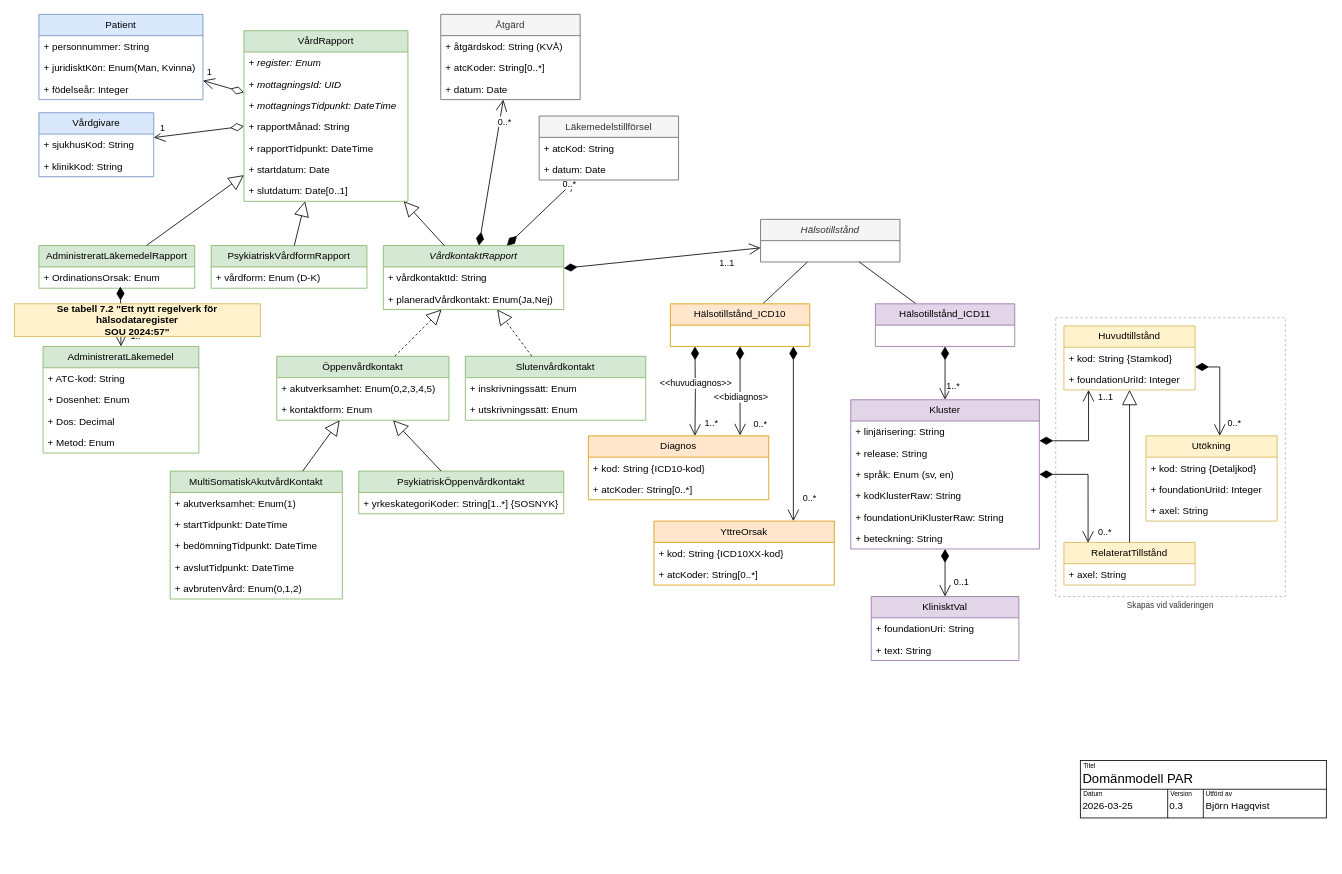
Before: page "Liggande 0.3" (3 of 5) of Klassmodell ICD11.drawio in bhagqvist-consid/ICD11, a draw.io diagram. Source tidied: cells renumbered, new cells numbered last; positions are measured from the earlier drawing's top-left corner, leaving out a move shared by most shapes. Both pictures are drawn from the tidied source at 82%, with x=0, y=0 at pixel (14, 14).
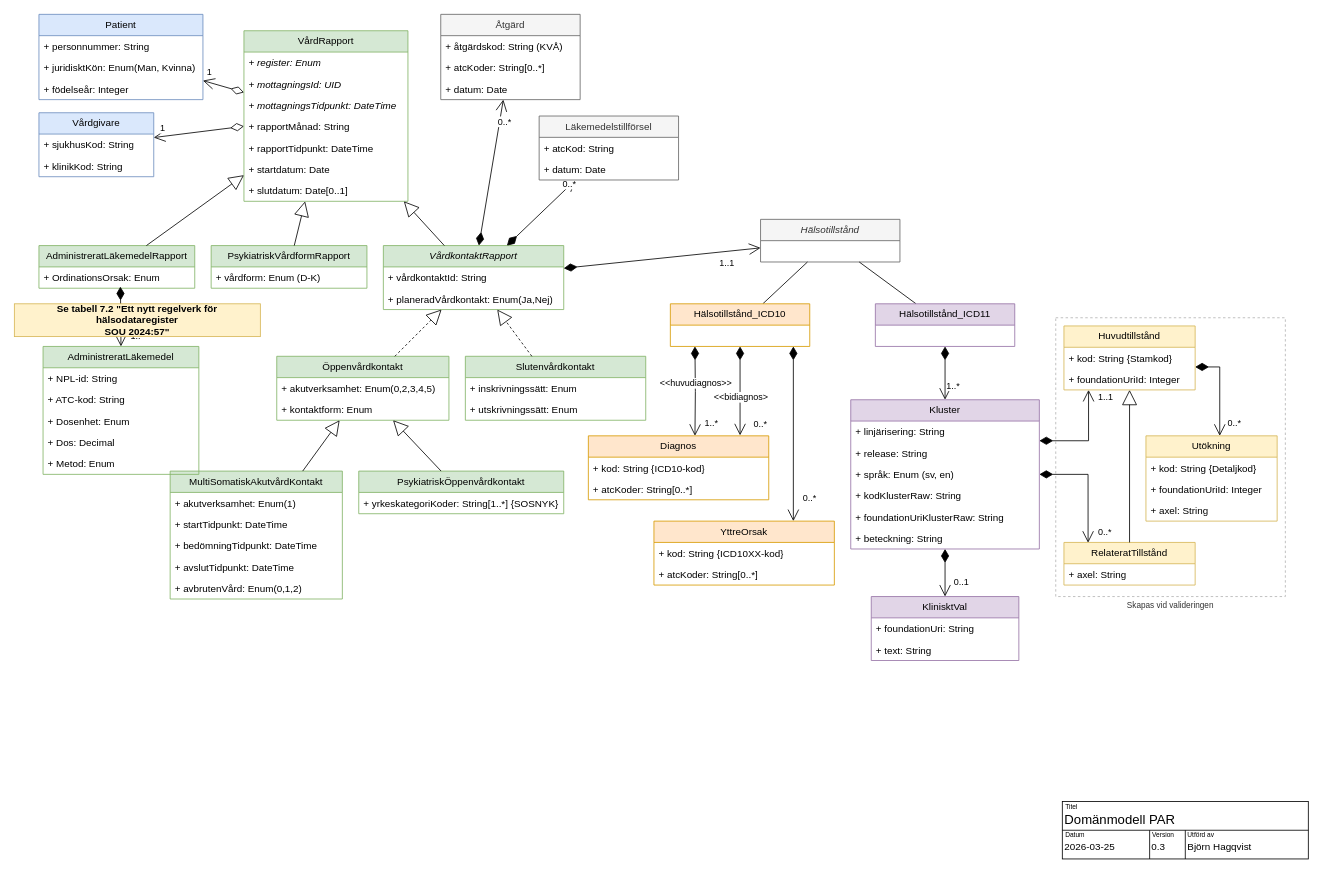
The same page after the edit.

What changed in the source:
```diff
@@
     <mxCell id="100" style="group;" parent="1" vertex="1">
-      <mxGeometry x="1300" y="910" width="300" height="70" as="geometry" />
+      <mxGeometry x="1278" y="960" width="300" height="70" as="geometry" />
     </mxCell>
@@
     <mxCell id="113" value="AdministreratLäkemedel" style="swimlane;fontStyle=0;horizontal=1;startSize=26;fillColor=#d5e8d4;whiteSpace=wrap;html=1;strokeColor=#82b366;" parent="1" vertex="1">
-      <mxGeometry x="35" y="405" width="190" height="130" as="geometry" />
+      <mxGeometry x="35" y="405" width="190" height="156" as="geometry" />
     </mxCell>
-    <mxCell id="114" value="+ ATC-kod: String" style="text;strokeColor=none;fillColor=none;align=left;verticalAlign=top;spacingLeft=4;spacingRight=4;overflow=hidden;whiteSpace=wrap;html=1;" parent="113" vertex="1">
+    <mxCell id="114" value="+ NPL-id: String" style="text;strokeColor=none;fillColor=none;align=left;verticalAlign=top;spacingLeft=4;spacingRight=4;overflow=hidden;whiteSpace=wrap;html=1;" parent="113" vertex="1">
       <mxGeometry y="26" width="190" height="26" as="geometry" />
     </mxCell>
+    <mxCell id="120" value="+ ATC-kod: String" style="text;strokeColor=none;fillColor=none;align=left;verticalAlign=top;spacingLeft=4;spacingRight=4;overflow=hidden;whiteSpace=wrap;html=1;" parent="113" vertex="1">
+      <mxGeometry y="52" width="190" height="26" as="geometry" />
+    </mxCell>
     <mxCell id="115" value="+ Dosenhet: Enum" style="text;strokeColor=none;fillColor=none;align=left;verticalAlign=top;spacingLeft=4;spacingRight=4;overflow=hidden;whiteSpace=wrap;html=1;" parent="113" vertex="1">
-      <mxGeometry y="52" width="190" height="26" as="geometry" />
+      <mxGeometry y="78" width="190" height="26" as="geometry" />
     </mxCell>
     <mxCell id="116" value="+ Dos: Decimal" style="text;strokeColor=none;fillColor=none;align=left;verticalAlign=top;spacingLeft=4;spacingRight=4;overflow=hidden;whiteSpace=wrap;html=1;" parent="113" vertex="1">
-      <mxGeometry y="78" width="190" height="26" as="geometry" />
+      <mxGeometry y="104" width="190" height="26" as="geometry" />
     </mxCell>
     <mxCell id="117" value="+ Metod: Enum" style="text;strokeColor=none;fillColor=none;align=left;verticalAlign=top;spacingLeft=4;spacingRight=4;overflow=hidden;whiteSpace=wrap;html=1;" parent="113" vertex="1">
-      <mxGeometry y="104" width="190" height="26" as="geometry" />
+      <mxGeometry y="130" width="190" height="26" as="geometry" />
     </mxCell>
```
